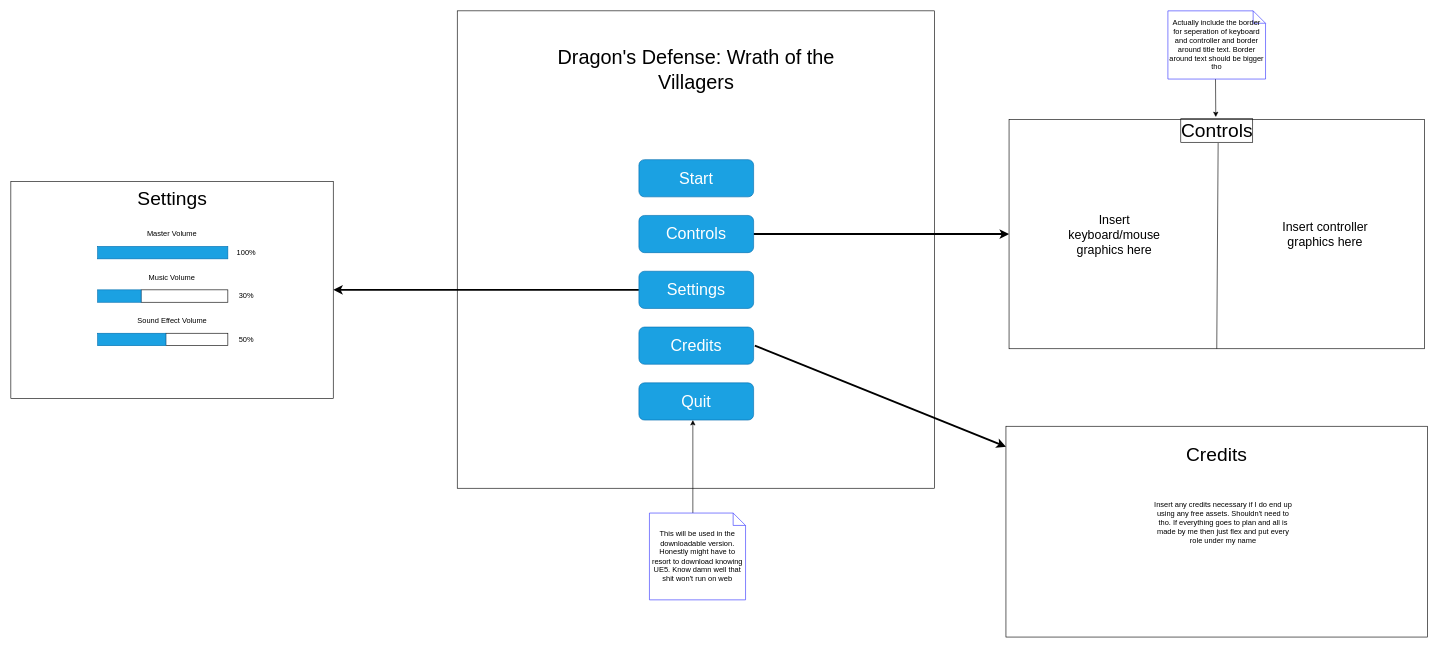
The draw.io diagram page "UI Looks" (1 of 2) of Design/MainMenuDesign.drawio in Edge321/DragonsDefense_v2, before the edit. Source tidied: cells renumbered, new cells numbered last; positions are measured from the earlier drawing's top-left corner, leaving out a move shared by most shapes. Both pictures are drawn from the tidied source at 62%, with x=0, y=0 at pixel (11, 11).
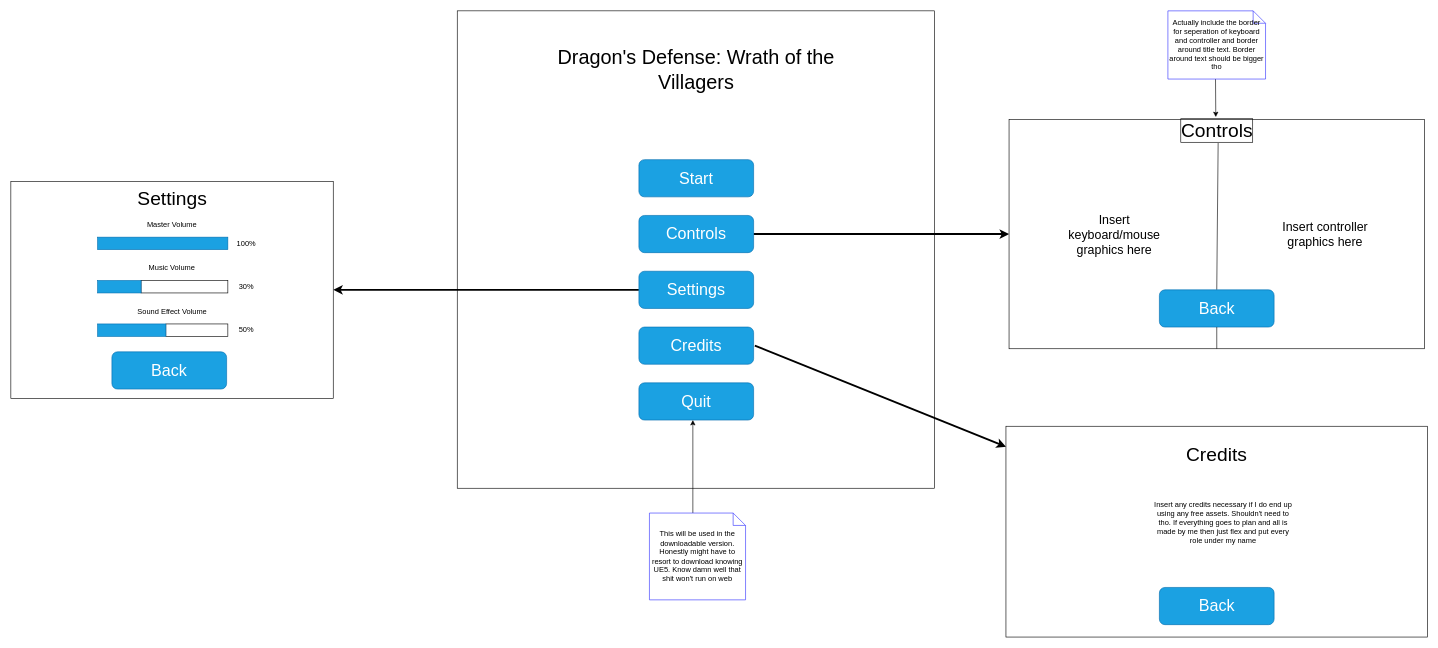
After the change.

The change refers to these unchanged cells:
```xml
<mxCell id="13" style="rounded=0;whiteSpace=wrap;html=1;" parent="1" vertex="1">
  <mxGeometry x="1610" y="175" width="670" height="370" as="geometry" />
</mxCell>
<mxCell id="14" value="&lt;font style=&quot;font-size: 31px;&quot;&gt;Controls&lt;/font&gt;" style="text;html=1;strokeColor=none;fillColor=none;align=center;verticalAlign=middle;whiteSpace=wrap;rounded=0;labelBorderColor=default;" parent="1" vertex="1">
  <mxGeometry x="1883.8" y="175" width="122.5" height="35" as="geometry" />
</mxCell>
```

What changed in the source:
```diff
@@
-    <mxCell id="15" style="endArrow=none;html=1;rounded=0;entryX=0.518;entryY=1.091;entryDx=0;entryDy=0;exitX=0.5;exitY=1;exitDx=0;exitDy=0;entryPerimeter=0;" parent="1" edge="1" source="13" target="14">
+    <mxCell id="15" style="endArrow=none;html=1;rounded=0;entryX=0.518;entryY=1.091;entryDx=0;entryDy=0;exitX=0.5;exitY=0;exitDx=0;exitDy=0;entryPerimeter=0;" parent="1" edge="1" source="37" target="14">
       <mxGeometry relative="1" as="geometry" />
     </mxCell>
@@
     <mxCell id="22" style="rounded=0;whiteSpace=wrap;html=1;fillColor=#1ba1e2;fontColor=#ffffff;strokeColor=#006EAF;" parent="1" vertex="1">
-      <mxGeometry x="140" y="380" width="210" height="20" as="geometry" />
+      <mxGeometry x="140" y="365" width="210" height="20" as="geometry" />
     </mxCell>
     <mxCell id="23" value="100%" style="text;html=1;strokeColor=none;fillColor=none;align=center;verticalAlign=middle;whiteSpace=wrap;rounded=0;" parent="1" vertex="1">
-      <mxGeometry x="350" y="375" width="60" height="30" as="geometry" />
+      <mxGeometry x="350" y="360" width="60" height="30" as="geometry" />
     </mxCell>
     <mxCell id="24" value="Master Volume" style="text;html=1;strokeColor=none;fillColor=none;align=center;verticalAlign=middle;whiteSpace=wrap;rounded=0;" parent="1" vertex="1">
-      <mxGeometry x="205" y="345" width="110" height="30" as="geometry" />
+      <mxGeometry x="205" y="330" width="110" height="30" as="geometry" />
     </mxCell>
     <mxCell id="25" style="rounded=0;whiteSpace=wrap;html=1;" parent="1" vertex="1">
-      <mxGeometry x="210" y="450" width="140" height="20" as="geometry" />
+      <mxGeometry x="210" y="435" width="140" height="20" as="geometry" />
     </mxCell>
     <mxCell id="26" style="rounded=0;whiteSpace=wrap;html=1;fillColor=#1ba1e2;fontColor=#ffffff;strokeColor=#006EAF;" parent="1" vertex="1">
-      <mxGeometry x="140" y="450" width="70" height="20" as="geometry" />
+      <mxGeometry x="140" y="435" width="70" height="20" as="geometry" />
     </mxCell>
     <mxCell id="27" value="30%" style="text;html=1;strokeColor=none;fillColor=none;align=center;verticalAlign=middle;whiteSpace=wrap;rounded=0;" parent="1" vertex="1">
-      <mxGeometry x="350" y="445" width="60" height="30" as="geometry" />
+      <mxGeometry x="350" y="430" width="60" height="30" as="geometry" />
     </mxCell>
     <mxCell id="28" value="Music Volume" style="text;html=1;strokeColor=none;fillColor=none;align=center;verticalAlign=middle;whiteSpace=wrap;rounded=0;" parent="1" vertex="1">
-      <mxGeometry x="205" y="415" width="110" height="30" as="geometry" />
+      <mxGeometry x="205" y="400" width="110" height="30" as="geometry" />
     </mxCell>
     <mxCell id="29" style="rounded=0;whiteSpace=wrap;html=1;" parent="1" vertex="1">
-      <mxGeometry x="250" y="520" width="100" height="20" as="geometry" />
+      <mxGeometry x="250" y="505" width="100" height="20" as="geometry" />
     </mxCell>
     <mxCell id="30" style="rounded=0;whiteSpace=wrap;html=1;fillColor=#1ba1e2;fontColor=#ffffff;strokeColor=#006EAF;" parent="1" vertex="1">
-      <mxGeometry x="140" y="520" width="110" height="20" as="geometry" />
+      <mxGeometry x="140" y="505" width="110" height="20" as="geometry" />
     </mxCell>
     <mxCell id="31" value="50%" style="text;html=1;strokeColor=none;fillColor=none;align=center;verticalAlign=middle;whiteSpace=wrap;rounded=0;" parent="1" vertex="1">
-      <mxGeometry x="350" y="515" width="60" height="30" as="geometry" />
+      <mxGeometry x="350" y="500" width="60" height="30" as="geometry" />
     </mxCell>
     <mxCell id="32" value="Sound Effect Volume" style="text;html=1;strokeColor=none;fillColor=none;align=center;verticalAlign=middle;whiteSpace=wrap;rounded=0;" parent="1" vertex="1">
-      <mxGeometry x="192.5" y="485" width="135" height="30" as="geometry" />
+      <mxGeometry x="192.5" y="470" width="135" height="30" as="geometry" />
     </mxCell>
@@
+    <mxCell id="37" value="&lt;span style=&quot;font-size: 26px;&quot;&gt;Back&lt;/span&gt;" style="rounded=1;whiteSpace=wrap;html=1;fillColor=#1ba1e2;fontColor=#ffffff;strokeColor=#006EAF;gradientColor=none;strokeWidth=1;" parent="1" vertex="1">
+      <mxGeometry x="1852.5" y="450" width="185" height="60" as="geometry" />
+    </mxCell>
+    <mxCell id="38" style="endArrow=none;html=1;rounded=0;exitX=0.5;exitY=1;exitDx=0;exitDy=0;" parent="1" edge="1" source="13" target="37">
+      <mxGeometry relative="1" as="geometry" />
+    </mxCell>
+    <mxCell id="39" value="&lt;span style=&quot;font-size: 26px;&quot;&gt;Back&lt;/span&gt;" style="rounded=1;whiteSpace=wrap;html=1;fillColor=#1ba1e2;fontColor=#ffffff;strokeColor=#006EAF;gradientColor=none;strokeWidth=1;" parent="1" vertex="1">
+      <mxGeometry x="1852.5" y="930" width="185" height="60" as="geometry" />
+    </mxCell>
+    <mxCell id="40" value="&lt;span style=&quot;font-size: 26px;&quot;&gt;Back&lt;/span&gt;" style="rounded=1;whiteSpace=wrap;html=1;fillColor=#1ba1e2;fontColor=#ffffff;strokeColor=#006EAF;gradientColor=none;strokeWidth=1;" parent="1" vertex="1">
+      <mxGeometry x="163" y="550" width="185" height="60" as="geometry" />
+    </mxCell>
```
